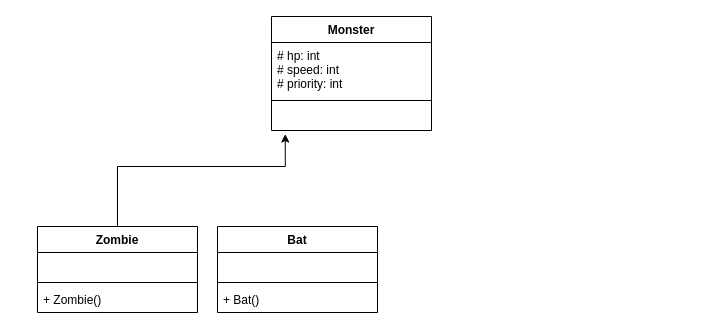
floxxui/Slutprojekt_Prog2 keeps this draw.io diagram as page "Monster" (2 of 3) of Untitled Diagram.drawio. Above is the earlier version. Source tidied: cells renumbered, new cells numbered last; positions are measured from the earlier drawing's top-left corner, leaving out a move shared by most shapes. Both pictures are drawn from the tidied source at 100%, with x=0, y=0 at pixel (37, 16).
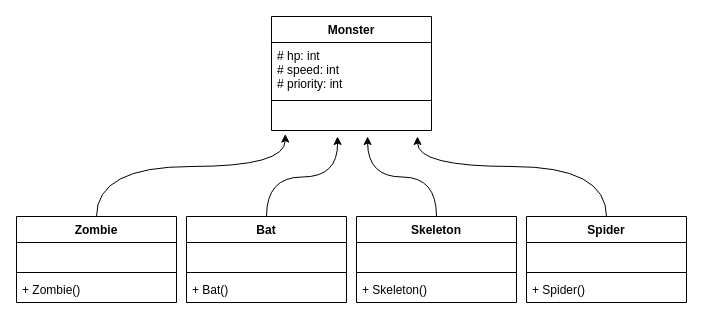
Above is the later version.

Unchanged cells that the change refers to:
```xml
<mxCell id="5" value=" " style="text;strokeColor=none;fillColor=none;align=left;verticalAlign=top;spacingLeft=4;spacingRight=4;overflow=hidden;points=[[0,0.5],[1,0.5]];portConstraint=eastwest;" parent="2" vertex="1">
  <mxGeometry y="88" width="160" height="26" as="geometry" />
</mxCell>
```

Change to the diagram source:
```diff
@@
-    <mxCell id="6" style="edgeStyle=orthogonalEdgeStyle;rounded=0;jettySize=auto;html=1;entryX=0.086;entryY=1.137;entryDx=0;entryDy=0;entryPerimeter=0;exitX=0.5;exitY=0;exitDx=0;exitDy=0;" parent="1" edge="1" source="7" target="5">
+    <mxCell id="6" style="edgeStyle=orthogonalEdgeStyle;rounded=0;jettySize=auto;html=1;entryX=0.086;entryY=1.137;entryDx=0;entryDy=0;entryPerimeter=0;exitX=0.5;exitY=0;exitDx=0;exitDy=0;curved=1;" parent="1" edge="1" source="7" target="5">
       <mxGeometry relative="1" as="geometry">
         <Array as="points">
-          <mxPoint x="80" y="150" />
+          <mxPoint x="59" y="150" />
           <mxPoint x="248" y="150" />
         </Array>
       </mxGeometry>
     </mxCell>
     <mxCell id="7" value="Zombie" style="swimlane;fontStyle=1;align=center;verticalAlign=top;horizontal=1;startSize=26;" parent="1" vertex="1">
-      <mxGeometry y="210" width="160" height="86" as="geometry" />
+      <mxGeometry x="-21" y="200" width="160" height="86" as="geometry" />
     </mxCell>
@@
+    <mxCell id="15" style="edgeStyle=orthogonalEdgeStyle;rounded=0;jettySize=auto;html=1;curved=1;" parent="1" edge="1" source="11">
+      <mxGeometry relative="1" as="geometry">
+        <mxPoint x="300" y="120" as="targetPoint" />
+      </mxGeometry>
+    </mxCell>
     <mxCell id="11" value="Bat" style="swimlane;fontStyle=1;align=center;verticalAlign=top;horizontal=1;startSize=26;" parent="1" vertex="1">
-      <mxGeometry x="180" y="210" width="160" height="86" as="geometry" />
+      <mxGeometry x="149" y="200" width="160" height="86" as="geometry" />
     </mxCell>
@@
+    <mxCell id="16" style="edgeStyle=orthogonalEdgeStyle;rounded=0;jettySize=auto;html=1;curved=1;" parent="1" edge="1" source="17">
+      <mxGeometry relative="1" as="geometry">
+        <mxPoint x="330" y="120" as="targetPoint" />
+      </mxGeometry>
+    </mxCell>
+    <mxCell id="17" value="Skeleton" style="swimlane;fontStyle=1;align=center;verticalAlign=top;horizontal=1;startSize=26;" parent="1" vertex="1">
+      <mxGeometry x="319" y="200" width="160" height="86" as="geometry" />
+    </mxCell>
+    <mxCell id="18" value=" " style="text;strokeColor=none;fillColor=none;align=left;verticalAlign=top;spacingLeft=4;spacingRight=4;overflow=hidden;" parent="17" vertex="1">
+      <mxGeometry y="26" width="160" height="26" as="geometry" />
+    </mxCell>
+    <mxCell id="19" style="line;strokeWidth=1;fillColor=none;align=left;verticalAlign=middle;spacingTop=-1;spacingLeft=3;spacingRight=3;labelPosition=right;" parent="17" vertex="1">
+      <mxGeometry y="52" width="160" height="8" as="geometry" />
+    </mxCell>
+    <mxCell id="20" value="+ Skeleton()" style="text;strokeColor=none;fillColor=none;align=left;verticalAlign=top;spacingLeft=4;spacingRight=4;overflow=hidden;" parent="17" vertex="1">
+      <mxGeometry y="60" width="160" height="26" as="geometry" />
+    </mxCell>
+    <mxCell id="21" style="edgeStyle=orthogonalEdgeStyle;rounded=0;jettySize=auto;html=1;curved=1;" parent="1" edge="1" source="22">
+      <mxGeometry relative="1" as="geometry">
+        <mxPoint x="380" y="120" as="targetPoint" />
+        <Array as="points">
+          <mxPoint x="569" y="150" />
+          <mxPoint x="380" y="150" />
+        </Array>
+      </mxGeometry>
+    </mxCell>
+    <mxCell id="22" value="Spider" style="swimlane;fontStyle=1;align=center;verticalAlign=top;horizontal=1;startSize=26;" parent="1" vertex="1">
+      <mxGeometry x="489" y="200" width="160" height="86" as="geometry" />
+    </mxCell>
+    <mxCell id="23" value=" " style="text;strokeColor=none;fillColor=none;align=left;verticalAlign=top;spacingLeft=4;spacingRight=4;overflow=hidden;" parent="22" vertex="1">
+      <mxGeometry y="26" width="160" height="26" as="geometry" />
+    </mxCell>
+    <mxCell id="24" style="line;strokeWidth=1;fillColor=none;align=left;verticalAlign=middle;spacingTop=-1;spacingLeft=3;spacingRight=3;labelPosition=right;" parent="22" vertex="1">
+      <mxGeometry y="52" width="160" height="8" as="geometry" />
+    </mxCell>
+    <mxCell id="25" value="+ Spider()" style="text;strokeColor=none;fillColor=none;align=left;verticalAlign=top;spacingLeft=4;spacingRight=4;overflow=hidden;" parent="22" vertex="1">
+      <mxGeometry y="60" width="160" height="26" as="geometry" />
+    </mxCell>
```
